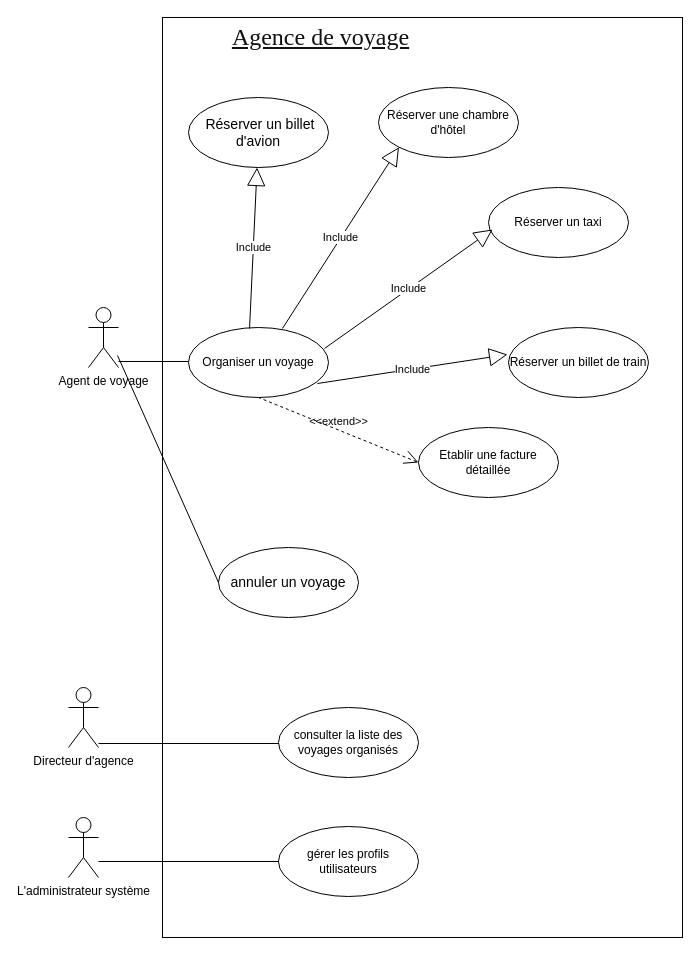
The draw.io diagram Brief2_UML2.drawio in M-benrhabra/UML, before the edit. Source tidied: cells renumbered, new cells numbered last; positions are measured from the earlier drawing's top-left corner, leaving out a move shared by most shapes. Both pictures are drawn from the tidied source at 100%, with x=0, y=0 at pixel (68, 17).
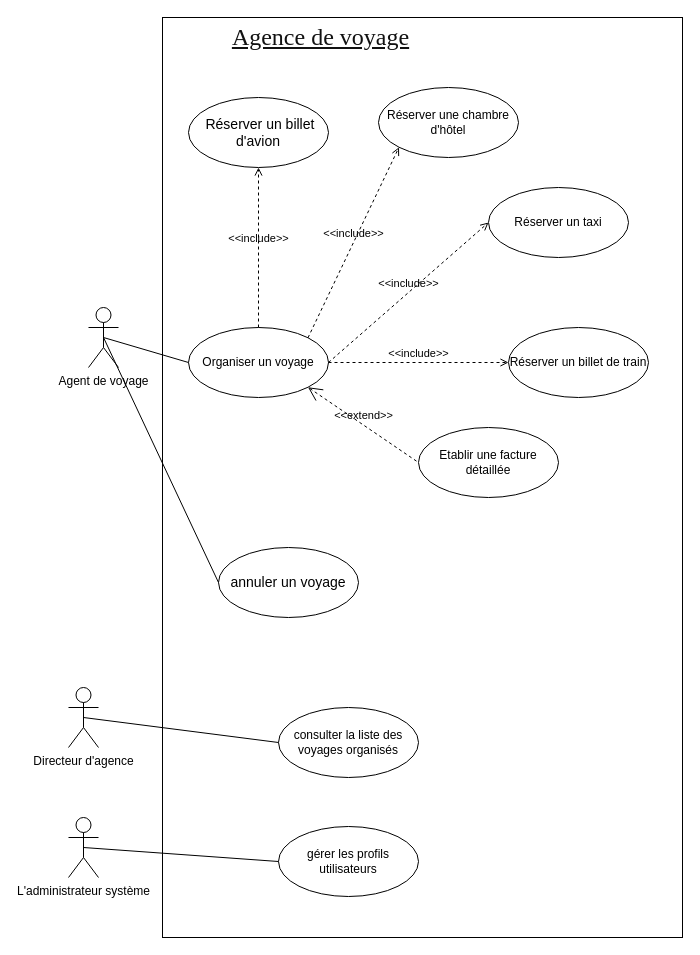
After the change.

Unchanged cells that the change refers to:
```xml
<mxCell id="3" value="Agent de voyage" style="shape=umlActor;verticalLabelPosition=bottom;verticalAlign=top;html=1;" parent="1" vertex="1">
  <mxGeometry x="20" y="290" width="30" height="60" as="geometry" />
</mxCell>
<mxCell id="4" value="Organiser un voyage" style="ellipse;whiteSpace=wrap;html=1;" parent="1" vertex="1">
  <mxGeometry x="120" y="310" width="140" height="70" as="geometry" />
</mxCell>
<mxCell id="5" value="Réserver une chambre d'hôtel" style="ellipse;whiteSpace=wrap;html=1;" parent="1" vertex="1">
  <mxGeometry x="310" y="70" width="140" height="70" as="geometry" />
</mxCell>
<mxCell id="6" value="Réserver un taxi" style="ellipse;whiteSpace=wrap;html=1;" parent="1" vertex="1">
  <mxGeometry x="420" y="170" width="140" height="70" as="geometry" />
</mxCell>
<mxCell id="7" value="Réserver un billet de train" style="ellipse;whiteSpace=wrap;html=1;" parent="1" vertex="1">
  <mxGeometry x="440" y="310" width="140" height="70" as="geometry" />
</mxCell>
<mxCell id="8" value="Etablir une facture détaillée" style="ellipse;whiteSpace=wrap;html=1;" parent="1" vertex="1">
  <mxGeometry x="350" y="410" width="140" height="70" as="geometry" />
</mxCell>
<mxCell id="13" value="Directeur d'agence" style="shape=umlActor;verticalLabelPosition=bottom;verticalAlign=top;html=1;" parent="1" vertex="1">
  <mxGeometry y="670" width="30" height="60" as="geometry" />
</mxCell>
<mxCell id="14" value="L'administrateur système" style="shape=umlActor;verticalLabelPosition=bottom;verticalAlign=top;html=1;" parent="1" vertex="1">
  <mxGeometry y="800" width="30" height="60" as="geometry" />
</mxCell>
<mxCell id="15" value="consulter la liste des voyages organisés" style="ellipse;whiteSpace=wrap;html=1;" parent="1" vertex="1">
  <mxGeometry x="210" y="690" width="140" height="70" as="geometry" />
</mxCell>
<mxCell id="16" value="gérer les profils utilisateurs" style="ellipse;whiteSpace=wrap;html=1;" parent="1" vertex="1">
  <mxGeometry x="210" y="809" width="140" height="70" as="geometry" />
</mxCell>
<mxCell id="20" value="&lt;h4&gt;&lt;span style=&quot;font-family: &amp;#34;nunito sans&amp;#34; , sans-serif ; text-align: left ; background-color: rgb(255 , 255 , 255) ; font-weight: normal&quot;&gt;&lt;font style=&quot;font-size: 14px&quot;&gt;&amp;nbsp;Réserver un billet d'avion&lt;/font&gt;&lt;/span&gt;&lt;/h4&gt;" style="ellipse;whiteSpace=wrap;html=1;" parent="1" vertex="1">
  <mxGeometry x="120" y="80" width="140" height="70" as="geometry" />
</mxCell>
<mxCell id="21" value="&lt;span style=&quot;font-family: &amp;#34;nunito sans&amp;#34; , sans-serif ; text-align: left ; background-color: rgb(255 , 255 , 255)&quot;&gt;&lt;font style=&quot;font-size: 14px&quot;&gt;annuler un voyage&lt;/font&gt;&lt;/span&gt;" style="ellipse;whiteSpace=wrap;html=1;" parent="1" vertex="1">
  <mxGeometry x="150" y="530" width="140" height="70" as="geometry" />
</mxCell>
```

Diff of the diagram source:
```diff
@@
-    <mxCell id="9" style="line;strokeWidth=1;fillColor=none;align=left;verticalAlign=middle;spacingTop=-1;spacingLeft=3;spacingRight=3;labelPosition=right;points=[];portConstraint=eastwest;" parent="1" vertex="1">
-      <mxGeometry x="50" y="340" width="70" height="8" as="geometry" />
-    </mxCell>
-    <mxCell id="10" value="Include" style="endArrow=block;endSize=16;endFill=0;html=1;entryX=-0.007;entryY=0.386;entryDx=0;entryDy=0;entryPerimeter=0;exitX=0.921;exitY=0.8;exitDx=0;exitDy=0;exitPerimeter=0;" parent="1" edge="1" source="4" target="7">
-      <mxGeometry relative="1" as="geometry" />
-    </mxCell>
-    <mxCell id="11" value="Include" style="endArrow=block;endSize=16;endFill=0;html=1;entryX=0.029;entryY=0.6;entryDx=0;entryDy=0;entryPerimeter=0;exitX=0.971;exitY=0.3;exitDx=0;exitDy=0;exitPerimeter=0;" parent="1" edge="1" source="4" target="6">
-      <mxGeometry relative="1" as="geometry" />
-    </mxCell>
-    <mxCell id="12" value="Include" style="endArrow=block;endSize=16;endFill=0;html=1;entryX=0;entryY=1;entryDx=0;entryDy=0;exitX=0.671;exitY=0.014;exitDx=0;exitDy=0;exitPerimeter=0;" parent="1" edge="1" source="4" target="5">
-      <mxGeometry relative="1" as="geometry" />
-    </mxCell>
@@
-    <mxCell id="17" style="line;strokeWidth=1;fillColor=none;align=left;verticalAlign=middle;spacingTop=-1;spacingLeft=3;spacingRight=3;labelPosition=right;" parent="1" vertex="1">
-      <mxGeometry x="30" y="840" width="180" height="8" as="geometry" />
-    </mxCell>
-    <mxCell id="18" style="line;strokeWidth=1;fillColor=none;align=left;verticalAlign=middle;spacingTop=-1;spacingLeft=3;spacingRight=3;labelPosition=right;" parent="1" vertex="1">
-      <mxGeometry x="30" y="722" width="180" height="8" as="geometry" />
-    </mxCell>
@@
-    <mxCell id="22" value="Include" style="endArrow=block;endSize=16;endFill=0;html=1;exitX=0.436;exitY=0.014;exitDx=0;exitDy=0;exitPerimeter=0;" parent="1" edge="1" source="4" target="20">
-      <mxGeometry relative="1" as="geometry" />
-    </mxCell>
-    <mxCell id="23" value="&amp;lt;&amp;lt;extend&amp;gt;&amp;gt;" style="edgeStyle=none;html=1;startArrow=open;endArrow=none;startSize=12;verticalAlign=bottom;dashed=1;labelBackgroundColor=none;exitX=0;exitY=0.5;exitDx=0;exitDy=0;entryX=0.5;entryY=1;entryDx=0;entryDy=0;" parent="1" edge="1" source="8" target="4">
+    <mxCell id="23" value="&amp;lt;&amp;lt;extend&amp;gt;&amp;gt;" style="edgeStyle=none;html=1;startArrow=open;endArrow=none;startSize=12;verticalAlign=bottom;dashed=1;labelBackgroundColor=none;exitX=1;exitY=1;exitDx=0;exitDy=0;entryX=0;entryY=0.5;entryDx=0;entryDy=0;" parent="1" edge="1" source="4" target="8">
       <mxGeometry relative="1" as="geometry" />
     </mxCell>
-    <mxCell id="24" style="edgeStyle=none;html=1;endArrow=none;verticalAlign=bottom;entryX=0;entryY=0.5;entryDx=0;entryDy=0;exitX=-0.014;exitY=-0.25;exitDx=0;exitDy=0;exitPerimeter=0;" parent="1" edge="1" source="9" target="21">
+    <mxCell id="24" style="edgeStyle=none;html=1;endArrow=none;verticalAlign=bottom;entryX=0;entryY=0.5;entryDx=0;entryDy=0;exitX=0.5;exitY=0.5;exitDx=0;exitDy=0;exitPerimeter=0;" parent="1" edge="1" source="3" target="21">
       <mxGeometry relative="1" as="geometry" />
     </mxCell>
+    <mxCell id="22" value="&amp;lt;&amp;lt;include&amp;gt;&amp;gt;" style="edgeStyle=none;html=1;endArrow=open;verticalAlign=bottom;dashed=1;labelBackgroundColor=none;entryX=0.5;entryY=1;entryDx=0;entryDy=0;exitX=0.5;exitY=0;exitDx=0;exitDy=0;" parent="1" edge="1" source="4" target="20">
+      <mxGeometry relative="1" as="geometry" />
+    </mxCell>
+    <mxCell id="12" value="&amp;lt;&amp;lt;include&amp;gt;&amp;gt;" style="edgeStyle=none;html=1;endArrow=open;verticalAlign=bottom;dashed=1;labelBackgroundColor=none;exitX=1;exitY=0;exitDx=0;exitDy=0;entryX=0;entryY=1;entryDx=0;entryDy=0;" parent="1" edge="1" source="4" target="5">
+      <mxGeometry relative="1" as="geometry" />
+    </mxCell>
+    <mxCell id="11" value="&amp;lt;&amp;lt;include&amp;gt;&amp;gt;" style="edgeStyle=none;html=1;endArrow=open;verticalAlign=bottom;dashed=1;labelBackgroundColor=none;exitX=1;exitY=0.5;exitDx=0;exitDy=0;entryX=0;entryY=0.5;entryDx=0;entryDy=0;" parent="1" edge="1" source="4" target="6">
+      <mxGeometry relative="1" as="geometry" />
+    </mxCell>
+    <mxCell id="10" value="&amp;lt;&amp;lt;include&amp;gt;&amp;gt;" style="edgeStyle=none;html=1;endArrow=open;verticalAlign=bottom;dashed=1;labelBackgroundColor=none;exitX=1;exitY=0.5;exitDx=0;exitDy=0;entryX=0;entryY=0.5;entryDx=0;entryDy=0;" parent="1" edge="1" source="4" target="7">
+      <mxGeometry relative="1" as="geometry" />
+    </mxCell>
+    <mxCell id="25" style="edgeStyle=none;html=1;endArrow=none;verticalAlign=bottom;exitX=0.5;exitY=0.5;exitDx=0;exitDy=0;exitPerimeter=0;entryX=0;entryY=0.5;entryDx=0;entryDy=0;" parent="1" edge="1" source="14" target="16">
+      <mxGeometry relative="1" as="geometry" />
+    </mxCell>
+    <mxCell id="26" style="edgeStyle=none;html=1;endArrow=none;verticalAlign=bottom;exitX=0.5;exitY=0.5;exitDx=0;exitDy=0;exitPerimeter=0;entryX=0;entryY=0.5;entryDx=0;entryDy=0;" parent="1" edge="1" source="13" target="15">
+      <mxGeometry relative="1" as="geometry" />
+    </mxCell>
+    <mxCell id="27" style="edgeStyle=none;html=1;endArrow=none;verticalAlign=bottom;exitX=0.5;exitY=0.5;exitDx=0;exitDy=0;exitPerimeter=0;entryX=0;entryY=0.5;entryDx=0;entryDy=0;" parent="1" edge="1" source="3" target="4">
+      <mxGeometry relative="1" as="geometry" />
+    </mxCell>
```
